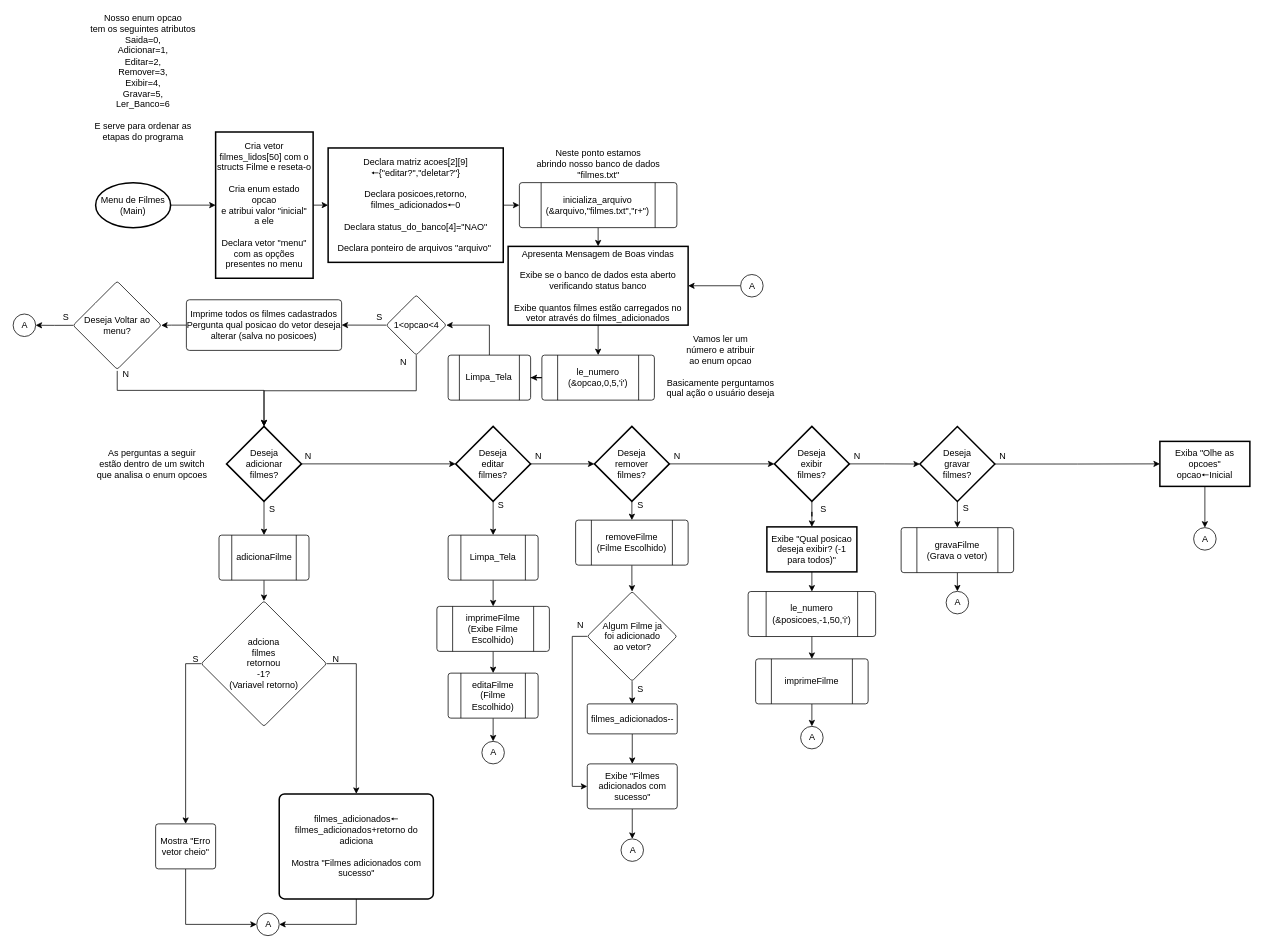
Before: Fluxograma/menu.drawio in riquetret/Mania-Filmes, a draw.io diagram. Source tidied: cells renumbered, new cells numbered last; positions are measured from the earlier drawing's top-left corner, leaving out a move shared by most shapes. Both pictures are drawn from the tidied source at 75%, with x=0, y=0 at pixel (13, 14).
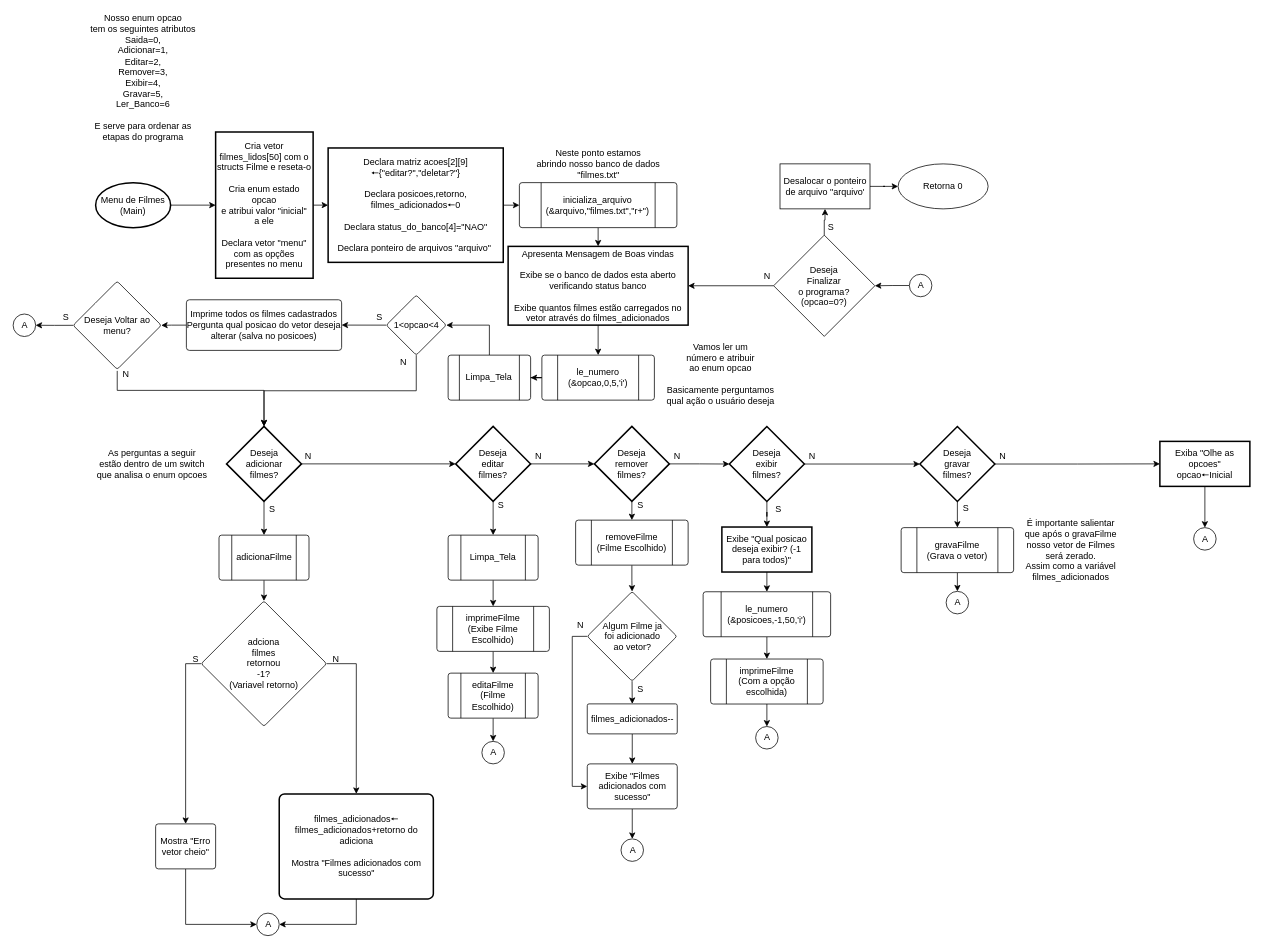
The same page after the edit.

The change refers to these unchanged cells:
```xml
<mxCell id="5" value="Apresenta Mensagem de Boas vindas&lt;br&gt;&lt;br&gt;Exibe se o banco de dados esta aberto verificando status banco&lt;br&gt;&lt;br&gt;Exibe quantos filmes estão carregados no vetor através do filmes_adicionados" style="whiteSpace=wrap;html=1;strokeWidth=2;" parent="1" vertex="1">
  <mxGeometry x="660" y="310" width="240" height="105" as="geometry" />
</mxCell>
```

Diff of the diagram source:
```diff
@@
     <mxCell id="44" value="Deseja&lt;br&gt;exibir&lt;br&gt;filmes?" style="strokeWidth=2;html=1;shape=mxgraph.flowchart.decision;whiteSpace=wrap;" parent="1" vertex="1">
-      <mxGeometry x="1015" y="550" width="100" height="100" as="geometry" />
+      <mxGeometry x="955" y="550.2" width="100" height="100" as="geometry" />
     </mxCell>
@@
-    <mxCell id="47" value="imprimeFilme" style="verticalLabelPosition=middle;verticalAlign=middle;html=1;shape=process;whiteSpace=wrap;rounded=1;size=0.14;arcSize=6;labelPosition=center;align=center;" parent="1" vertex="1">
-      <mxGeometry x="990" y="860" width="150" height="60" as="geometry" />
+    <mxCell id="47" value="imprimeFilme&lt;br&gt;(Com a opção escolhida)" style="verticalLabelPosition=middle;verticalAlign=middle;html=1;shape=process;whiteSpace=wrap;rounded=1;size=0.14;arcSize=6;labelPosition=center;align=center;" parent="1" vertex="1">
+      <mxGeometry x="930" y="860.2" width="150" height="60" as="geometry" />
     </mxCell>
     <mxCell id="48" value="A" style="verticalLabelPosition=middle;verticalAlign=middle;html=1;shape=mxgraph.flowchart.on-page_reference;labelPosition=center;align=center;" parent="1" vertex="1">
-      <mxGeometry x="1050" y="950" width="30" height="30" as="geometry" />
+      <mxGeometry x="990" y="950.2" width="30" height="30" as="geometry" />
     </mxCell>
@@
     <mxCell id="52" value="N" style="text;html=1;align=center;verticalAlign=middle;strokeColor=none;fillColor=none;" parent="1" vertex="1">
-      <mxGeometry x="1115" y="580" width="20" height="20" as="geometry" />
+      <mxGeometry x="1055" y="580.2" width="20" height="20" as="geometry" />
     </mxCell>
@@
     <mxCell id="69" value="Vamos ler um&lt;br&gt;número e atribuir&lt;br&gt;ao enum opcao&lt;br&gt;&lt;br&gt;Basicamente perguntamos&lt;br&gt;qual ação o usuário deseja" style="text;html=1;align=center;verticalAlign=middle;strokeColor=none;fillColor=none;" parent="1" vertex="1">
-      <mxGeometry x="862.5" y="425" width="160" height="90" as="geometry" />
+      <mxGeometry x="862.5" y="435" width="160" height="90" as="geometry" />
     </mxCell>
@@
-    <mxCell id="84" style="edgeStyle=orthogonalEdgeStyle;rounded=0;jettySize=auto;html=1;exitX=0;exitY=0.5;exitDx=0;exitDy=0;exitPerimeter=0;entryX=1;entryY=0.5;entryDx=0;entryDy=0;" parent="1" edge="1" source="85" target="5">
-      <mxGeometry relative="1" as="geometry" />
-    </mxCell>
+    <mxCell id="104" style="edgeStyle=orthogonalEdgeStyle;rounded=0;jettySize=auto;html=1;" parent="1" edge="1" source="85" target="108">
+      <mxGeometry relative="1" as="geometry" />
+    </mxCell>
     <mxCell id="85" value="A" style="verticalLabelPosition=middle;verticalAlign=middle;html=1;shape=mxgraph.flowchart.on-page_reference;labelPosition=center;align=center;" parent="1" vertex="1">
-      <mxGeometry x="970" y="347.5" width="30" height="30" as="geometry" />
+      <mxGeometry x="1195" y="347.2" width="30" height="30" as="geometry" />
     </mxCell>
@@
     <mxCell id="100" value="Exibe &quot;Qual posicao deseja exibir? (-1 para todos)&quot;" style="whiteSpace=wrap;html=1;strokeWidth=2;" parent="1" vertex="1">
-      <mxGeometry x="1005" y="684" width="120" height="60" as="geometry" />
+      <mxGeometry x="945" y="684.2" width="120" height="60" as="geometry" />
     </mxCell>
@@
     <mxCell id="102" value="le_numero&lt;br&gt;(&amp;amp;posicoes,-1,50,'i')" style="verticalLabelPosition=middle;verticalAlign=middle;html=1;shape=process;whiteSpace=wrap;rounded=1;size=0.14;arcSize=6;labelPosition=center;align=center;" parent="1" vertex="1">
-      <mxGeometry x="980" y="770.2" width="170" height="60" as="geometry" />
+      <mxGeometry x="920" y="770.5" width="170" height="60" as="geometry" />
     </mxCell>
     <mxCell id="103" value="S" style="text;html=1;align=center;verticalAlign=middle;strokeColor=none;fillColor=none;" parent="1" vertex="1">
-      <mxGeometry x="1070" y="650.2" width="20" height="20" as="geometry" />
+      <mxGeometry x="1010" y="650.5" width="20" height="20" as="geometry" />
     </mxCell>
+    <mxCell id="105" value="É importante salientar&lt;br&gt;que após o gravaFilme&lt;br&gt;nosso vetor de Filmes&lt;br&gt;será zerado.&lt;br&gt;Assim como a variável&lt;br&gt;filmes_adicionados" style="text;html=1;align=center;verticalAlign=middle;strokeColor=none;fillColor=none;" parent="1" vertex="1">
+      <mxGeometry x="1340" y="670" width="140" height="90" as="geometry" />
+    </mxCell>
+    <mxCell id="106" style="edgeStyle=orthogonalEdgeStyle;rounded=0;jettySize=auto;html=1;exitX=0;exitY=0.5;exitDx=0;exitDy=0;entryX=1;entryY=0.5;entryDx=0;entryDy=0;" parent="1" edge="1" source="108" target="5">
+      <mxGeometry relative="1" as="geometry" />
+    </mxCell>
+    <mxCell id="107" style="edgeStyle=orthogonalEdgeStyle;rounded=0;jettySize=auto;html=1;" parent="1" edge="1" source="108" target="111">
+      <mxGeometry relative="1" as="geometry" />
+    </mxCell>
+    <mxCell id="108" value="Deseja&lt;br&gt;Finalizar&lt;br&gt;o programa?&lt;br&gt;(opcao=0?)" style="rhombus;whiteSpace=wrap;html=1;" parent="1" vertex="1">
+      <mxGeometry x="1014" y="295" width="135" height="135" as="geometry" />
+    </mxCell>
+    <mxCell id="109" value="N" style="text;html=1;align=center;verticalAlign=middle;strokeColor=none;fillColor=none;" parent="1" vertex="1">
+      <mxGeometry x="995" y="340" width="20" height="20" as="geometry" />
+    </mxCell>
+    <mxCell id="110" style="edgeStyle=orthogonalEdgeStyle;rounded=0;jettySize=auto;html=1;" parent="1" edge="1" source="111" target="112">
+      <mxGeometry relative="1" as="geometry" />
+    </mxCell>
+    <mxCell id="111" value="Desalocar o ponteiro de arquivo &quot;arquivo'" style="whiteSpace=wrap;html=1;" parent="1" vertex="1">
+      <mxGeometry x="1022.5" y="200" width="120" height="60" as="geometry" />
+    </mxCell>
+    <mxCell id="112" value="Retorna 0" style="ellipse;whiteSpace=wrap;html=1;" parent="1" vertex="1">
+      <mxGeometry x="1180" y="200" width="120" height="60" as="geometry" />
+    </mxCell>
+    <mxCell id="113" value="S" style="text;html=1;align=center;verticalAlign=middle;strokeColor=none;fillColor=none;" parent="1" vertex="1">
+      <mxGeometry x="1080" y="275" width="20" height="20" as="geometry" />
+    </mxCell>
```
